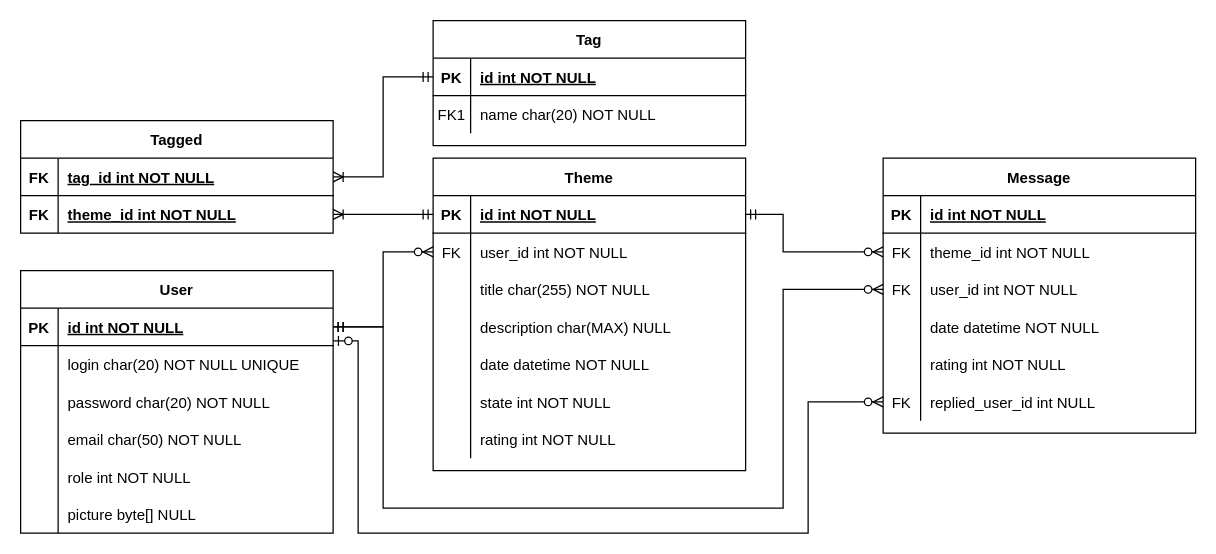
This is schemas/EntityDiagramForum.drawio from LeonDTym/Forum, a draw.io file, before an edit. Source tidied: cells renumbered, new cells numbered last; positions are measured from the earlier drawing's top-left corner, leaving out a move shared by most shapes. Both pictures are drawn from the tidied source at 125%, with x=0, y=0 at pixel (20, 20).
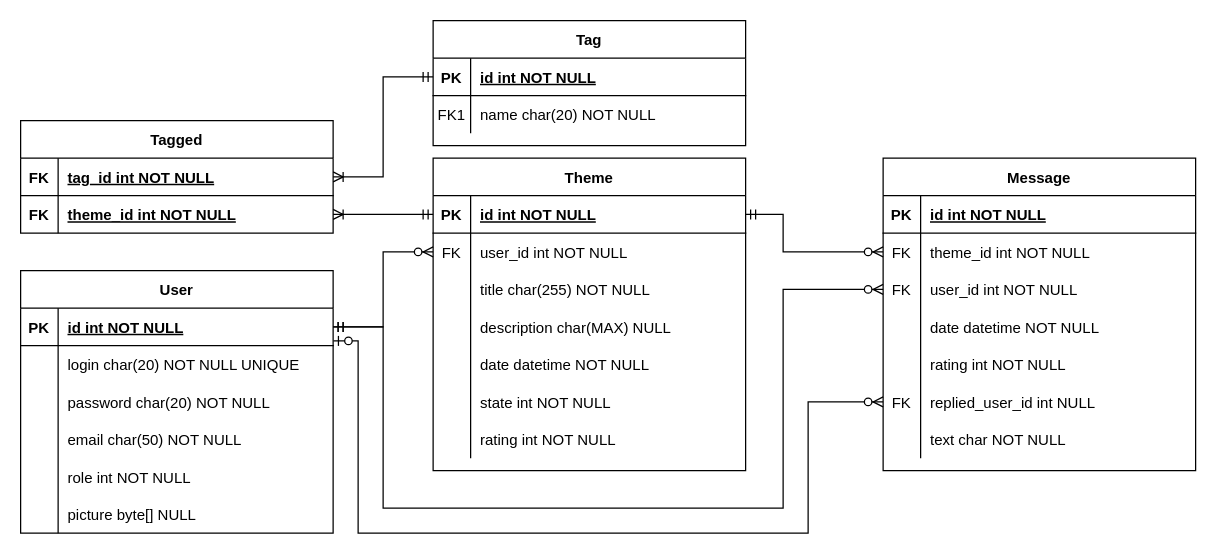
The same page after the edit.

Change to the diagram source:
```diff
@@
     <mxCell id="56" value="Message" style="shape=table;startSize=30;childLayout=tableLayout;rowLines=0;fontStyle=1;align=center;" parent="1" vertex="1">
-      <mxGeometry x="690" y="110" width="250" height="220" as="geometry" />
+      <mxGeometry x="690" y="110" width="250" height="250" as="geometry" />
     </mxCell>
@@
+    <mxCell id="82" style="shape=partialRectangle;fillColor=none;top=0;left=0;right=0;bottom=0;" parent="56" vertex="1">
+      <mxGeometry y="210" width="250" height="30" as="geometry" />
+    </mxCell>
+    <mxCell id="83" style="shape=partialRectangle;overflow=hidden;fillColor=none;top=0;left=0;bottom=0;right=0;" parent="82" vertex="1">
+      <mxGeometry width="30" height="30" as="geometry" />
+    </mxCell>
+    <mxCell id="84" value="text char NOT NULL" style="shape=partialRectangle;overflow=hidden;fillColor=none;top=0;left=0;bottom=0;right=0;align=left;spacingLeft=6;" parent="82" vertex="1">
+      <mxGeometry x="30" width="220" height="30" as="geometry" />
+    </mxCell>
```
